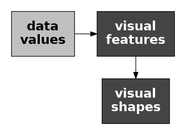
This is Diagrams/data-vis-shape.png from pmur002/hdvw, a Graphviz export, as it was before one commit. Its source is kept beside it as Diagrams/data-vis-shape.dot. Source of this version:
```dot
digraph {
  graph [ rankdir=LR; margin=.2; nodesep=.5 ];
  node [ fontsize=20; fontname="sans bold"; margin=.2 ];
  data [ label="data\nvalues"; shape=box; style=filled; fillcolor=gray ]
  vis [ label="visual\nfeatures"; shape=box;
        style=filled; fillcolor="#444444"; fontcolor=white ]
  shape [ label="visual\nshapes"; shape=box;
          style=filled; fillcolor="#444444"; fontcolor=white ]
  data -> vis
  vis -> shape
{ rank=same; vis, shape }
}
```
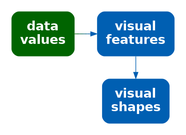
Later version of the same file.

Change to the diagram source:
```diff
@@ -1,12 +1,12 @@
 digraph {
   graph [ rankdir=LR; margin=.2; nodesep=.5 ];
   node [ fontsize=20; fontname="sans bold"; margin=.2 ];
-  data [ label="data\nvalues"; shape=box; style=filled; fillcolor=gray ]
+  data [ label="data\nvalues"; shape=box; style="filled, rounded"; penwidth=0; fontcolor=white; fillcolor="#006400" ]
   vis [ label="visual\nfeatures"; shape=box;
-        style=filled; fillcolor="#444444"; fontcolor=white ]
+     style="filled, rounded"; penwidth=0; fontcolor=white; fillcolor="#005FB2" ]
   shape [ label="visual\nshapes"; shape=box;
-          style=filled; fillcolor="#444444"; fontcolor=white ]
-  data -> vis
-  vis -> shape
+       style="filled, rounded"; penwidth=0; fontcolor=white; fillcolor="#005FB2" ]
+  data -> vis [ color="#006400;0.1:#006314;0.1:#006328;0.1:#00623B;0.1:#00624F;0.1:#006163;0.1:#006177;0.1:#00608A;0.1:#00609E;0.1:#005FB2;0.1" ]
+  vis -> shape [ color="#005FB2" ]
 { rank=same; vis, shape }
 }
```
